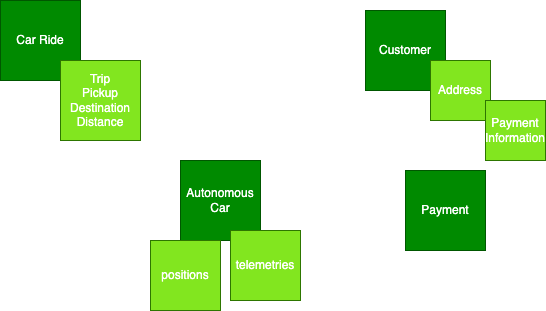
The draw.io diagram docs/solutions/autonomous-car/diagrams/aggregate-ddd.drawio.png in jbcodeforce/eda-studies, before a commit. Source tidied: cells renumbered, new cells last; positions are measured from the earlier drawing's top-left corner, leaving out a move shared by most shapes.
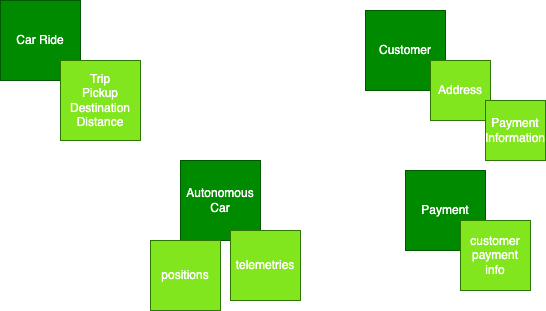
The same diagram one commit later.

What changed in the source:
```diff
@@ -29,5 +29,8 @@
     <mxCell id="10" value="positions" style="whiteSpace=wrap;html=1;fillColor=#82E61F;fontColor=#ffffff;strokeColor=#2D7600;" parent="1" vertex="1">
       <mxGeometry x="150" y="240" width="70" height="70" as="geometry" />
     </mxCell>
+    <mxCell id="11" value="customer payment info" style="whiteSpace=wrap;html=1;fillColor=#82E61F;fontColor=#ffffff;strokeColor=#2D7600;" parent="1" vertex="1">
+      <mxGeometry x="460" y="220" width="70" height="70" as="geometry" />
+    </mxCell>
   </root>
 </mxGraphModel>
```
